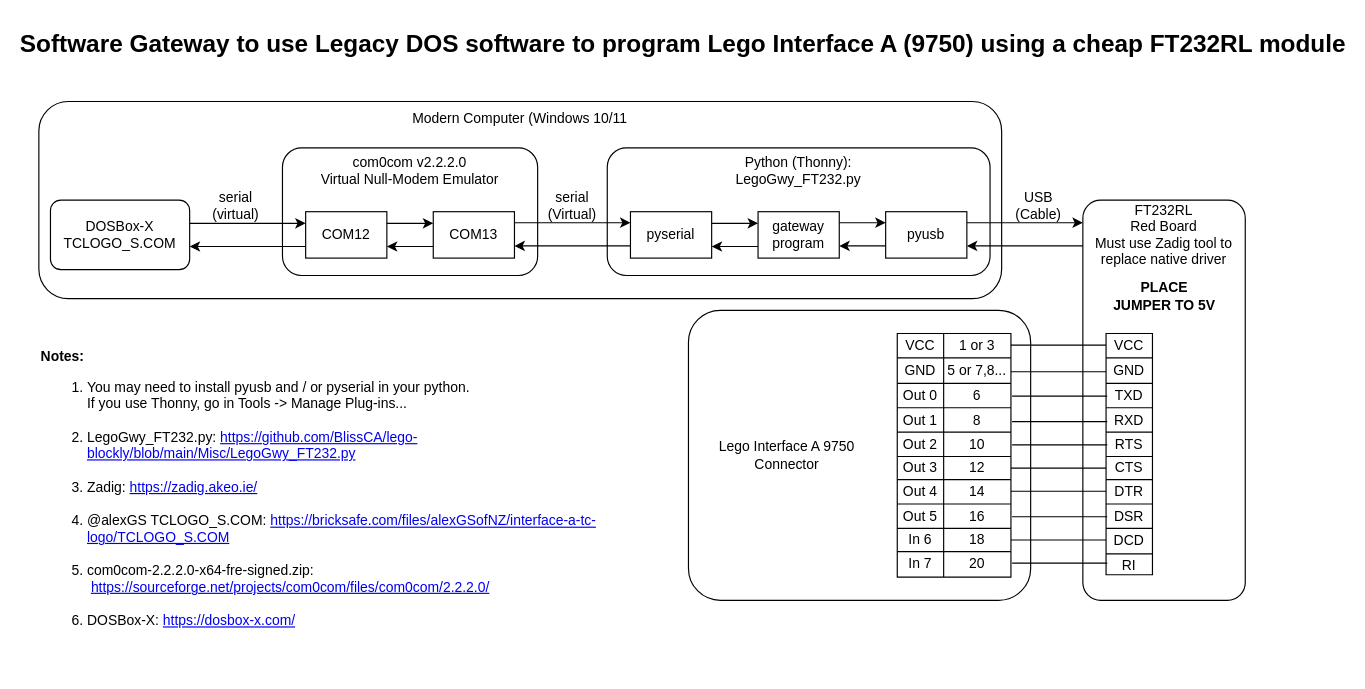
The draw.io diagram Misc/LegoGwy_FT232.drawio in BlissCA/lego-blockly, before the edit. Source tidied: cells renumbered, new cells numbered last; positions are measured from the earlier drawing's top-left corner, leaving out a move shared by most shapes. Both pictures are drawn from the tidied source at 116%, with x=0, y=0 at pixel (38, 20).
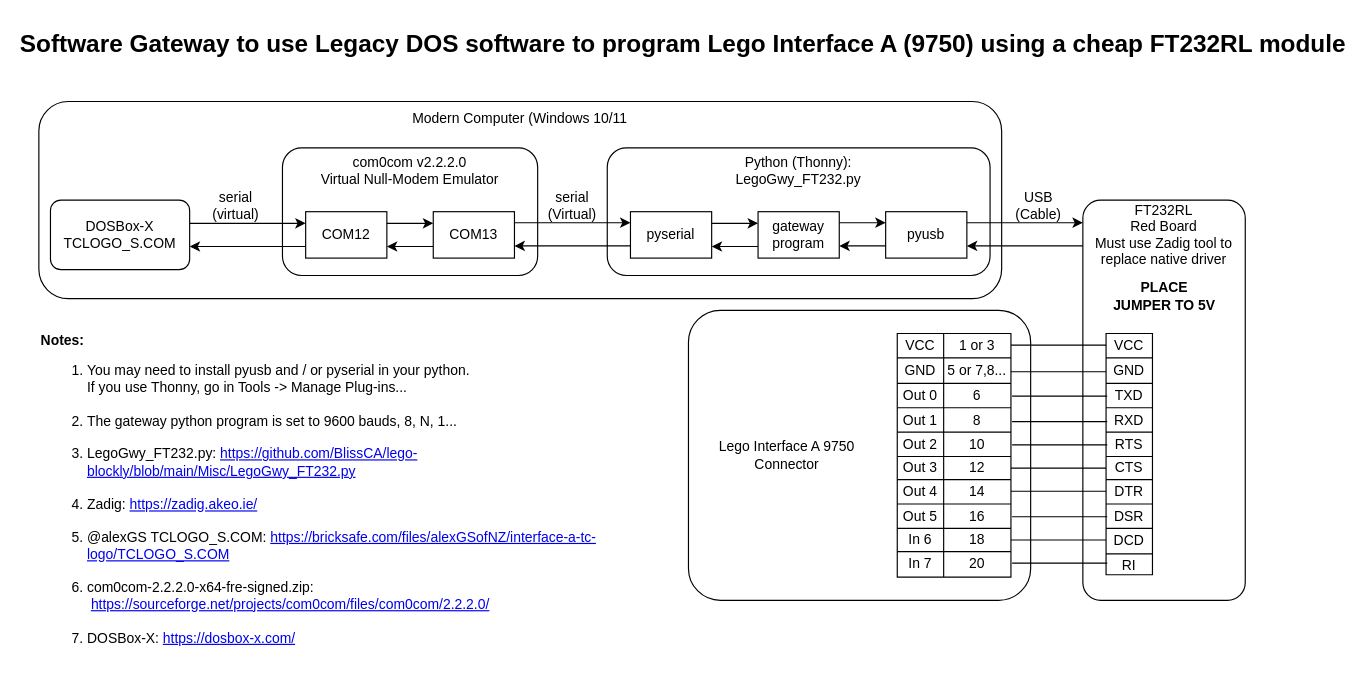
Above is the later version.

Commit message (it also covers changes not shown here):
Diagram for Lego Gateway for Interface A

What changed in the source:
```diff
@@
-    <mxCell id="104" value="&lt;b&gt;Notes:&lt;/b&gt;&lt;div&gt;&lt;ol&gt;&lt;li&gt;You may need to install pyusb and / or pyserial in your python.&lt;br&gt;If you use Thonny, go in Tools -&amp;gt; Manage Plug-ins...&lt;br&gt;&lt;br&gt;&lt;/li&gt;&lt;li&gt;LegoGwy_FT232.py:&amp;nbsp;&lt;a href=&quot;https://github.com/BlissCA/lego-blockly/blob/main/Misc/LegoGwy_FT232.py&quot;&gt;https://github.com/BlissCA/lego-blockly/blob/main/Misc/LegoGwy_FT232.py&lt;/a&gt;&lt;br&gt;&lt;br&gt;&lt;/li&gt;&lt;li&gt;Zadig:&amp;nbsp;&lt;a href=&quot;https://zadig.akeo.ie/&quot;&gt;https://zadig.akeo.ie/&lt;/a&gt;&lt;br&gt;&lt;br&gt;&lt;/li&gt;&lt;li&gt;@alexGS TCLOGO_S.COM:&amp;nbsp;&lt;a href=&quot;https://bricksafe.com/files/alexGSofNZ/interface-a-tc-logo/TCLOGO_S.COM&quot;&gt;https://bricksafe.com/files/alexGSofNZ/interface-a-tc-logo/TCLOGO_S.COM&lt;/a&gt;&lt;br&gt;&lt;br&gt;&lt;/li&gt;&lt;li&gt;com0com-2.2.2.0-x64-fre-signed.zip:&lt;br&gt;&amp;nbsp;&lt;a href=&quot;https://sourceforge.net/projects/com0com/files/com0com/2.2.2.0/&quot;&gt;https://sourceforge.net/projects/com0com/files/com0com/2.2.2.0/&lt;/a&gt;&lt;br&gt;&lt;br&gt;&lt;/li&gt;&lt;li&gt;DOSBox-X:&amp;nbsp;&lt;a href=&quot;https://dosbox-x.com/&quot;&gt;https://dosbox-x.com/&lt;/a&gt;&lt;/li&gt;&lt;/ol&gt;&lt;/div&gt;" style="text;html=1;whiteSpace=wrap;strokeColor=none;fillColor=none;align=left;verticalAlign=middle;rounded=0;" parent="1" vertex="1">
+    <mxCell id="104" value="&lt;b&gt;Notes:&lt;/b&gt;&lt;div&gt;&lt;ol&gt;&lt;li&gt;You may need to install pyusb and / or pyserial in your python.&lt;br&gt;If you use Thonny, go in Tools -&amp;gt; Manage Plug-ins...&lt;br&gt;&lt;br&gt;&lt;/li&gt;&lt;li&gt;The gateway python program is set to 9600 bauds, 8, N, 1...&lt;br&gt;&lt;br&gt;&lt;/li&gt;&lt;li&gt;LegoGwy_FT232.py:&amp;nbsp;&lt;a href=&quot;https://github.com/BlissCA/lego-blockly/blob/main/Misc/LegoGwy_FT232.py&quot;&gt;https://github.com/BlissCA/lego-blockly/blob/main/Misc/LegoGwy_FT232.py&lt;/a&gt;&lt;br&gt;&lt;br&gt;&lt;/li&gt;&lt;li&gt;Zadig:&amp;nbsp;&lt;a href=&quot;https://zadig.akeo.ie/&quot;&gt;https://zadig.akeo.ie/&lt;/a&gt;&lt;br&gt;&lt;br&gt;&lt;/li&gt;&lt;li&gt;@alexGS TCLOGO_S.COM:&amp;nbsp;&lt;a href=&quot;https://bricksafe.com/files/alexGSofNZ/interface-a-tc-logo/TCLOGO_S.COM&quot;&gt;https://bricksafe.com/files/alexGSofNZ/interface-a-tc-logo/TCLOGO_S.COM&lt;/a&gt;&lt;br&gt;&lt;br&gt;&lt;/li&gt;&lt;li&gt;com0com-2.2.2.0-x64-fre-signed.zip:&lt;br&gt;&amp;nbsp;&lt;a href=&quot;https://sourceforge.net/projects/com0com/files/com0com/2.2.2.0/&quot;&gt;https://sourceforge.net/projects/com0com/files/com0com/2.2.2.0/&lt;/a&gt;&lt;br&gt;&lt;br&gt;&lt;/li&gt;&lt;li&gt;DOSBox-X:&amp;nbsp;&lt;a href=&quot;https://dosbox-x.com/&quot;&gt;https://dosbox-x.com/&lt;/a&gt;&lt;/li&gt;&lt;/ol&gt;&lt;/div&gt;" style="text;html=1;whiteSpace=wrap;strokeColor=none;fillColor=none;align=left;verticalAlign=middle;rounded=0;" parent="1" vertex="1">
       <mxGeometry y="260" width="490" height="300" as="geometry" />
     </mxCell>
```
